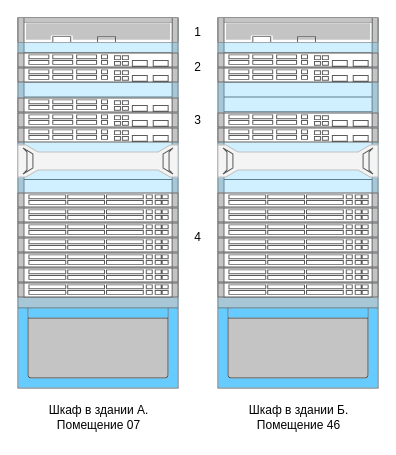
Above: page "Чертеж установки технических средств" (3 of 3) of Сети/КП/Схемы/схемы.drawio in SwiftyKey/Study (draw.io), before the change. Source tidied: cells renumbered, new cells numbered last; positions are measured from the earlier drawing's top-left corner, leaving out a move shared by most shapes. Both pictures are drawn from the tidied source at 100%, with x=0, y=0 at pixel (17, 17).
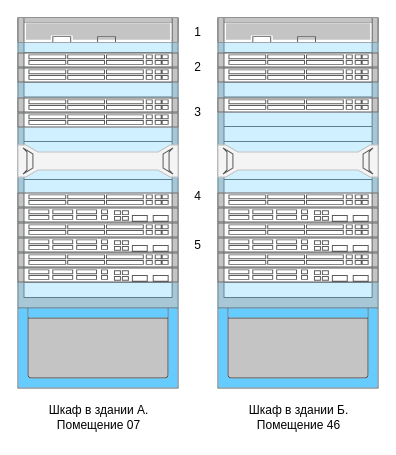
After the change.

The edit, as a diff of the source:
```diff
@@
     <mxCell id="4" style="shape=mxgraph.rack.cisco.cisco_catalyst_4948_switch;html=1;labelPosition=right;align=left;spacingLeft=15;dashed=0;shadow=0;fillColor=#ffffff;" parent="1" vertex="1">
-      <mxGeometry y="250" width="161" height="15" as="geometry" />
+      <mxGeometry y="35" width="161" height="15" as="geometry" />
     </mxCell>
     <mxCell id="5" style="shape=mxgraph.rack.cisco.cisco_catalyst_4948_switch;html=1;labelPosition=right;align=left;spacingLeft=15;dashed=0;shadow=0;fillColor=#ffffff;" parent="1" vertex="1">
-      <mxGeometry y="265" width="161" height="15" as="geometry" />
+      <mxGeometry x="200" y="80" width="161" height="15" as="geometry" />
     </mxCell>
     <mxCell id="6" style="shape=mxgraph.rack.cisco.cisco_catalyst_4948_switch;html=1;labelPosition=right;align=left;spacingLeft=15;dashed=0;shadow=0;fillColor=#ffffff;" parent="1" vertex="1">
-      <mxGeometry y="250" width="161" height="15" as="geometry" />
+      <mxGeometry y="50" width="161" height="15" as="geometry" />
     </mxCell>
@@
     <mxCell id="8" style="shape=mxgraph.rack.cisco.cisco_catalyst_4948_switch;html=1;labelPosition=right;align=left;spacingLeft=15;dashed=0;shadow=0;fillColor=#ffffff;" parent="1" vertex="1">
-      <mxGeometry y="220" width="161" height="15" as="geometry" />
+      <mxGeometry y="95" width="161" height="15" as="geometry" />
     </mxCell>
@@
     <mxCell id="10" style="shape=mxgraph.rack.cisco.cisco_catalyst_4948_switch;html=1;labelPosition=right;align=left;spacingLeft=15;dashed=0;shadow=0;fillColor=#ffffff;" parent="1" vertex="1">
-      <mxGeometry y="190" width="161" height="15" as="geometry" />
+      <mxGeometry y="80" width="161" height="15" as="geometry" />
     </mxCell>
@@
-    <mxCell id="12" style="shape=mxgraph.rack.cisco.cisco_catalyst_4928_10_gigabit_ethernet_switch;html=1;labelPosition=right;align=left;spacingLeft=15;dashed=0;shadow=0;fillColor=#ffffff;" parent="1" vertex="1">
-      <mxGeometry y="110" width="161" height="15" as="geometry" />
-    </mxCell>
     <mxCell id="13" style="shape=mxgraph.rack.cisco.cisco_catalyst_4928_10_gigabit_ethernet_switch;html=1;labelPosition=right;align=left;spacingLeft=15;dashed=0;shadow=0;fillColor=#ffffff;" parent="1" vertex="1">
-      <mxGeometry y="95" width="161" height="15" as="geometry" />
+      <mxGeometry y="190" width="161" height="15" as="geometry" />
     </mxCell>
-    <mxCell id="14" style="shape=mxgraph.rack.cisco.cisco_catalyst_4928_10_gigabit_ethernet_switch;html=1;labelPosition=right;align=left;spacingLeft=15;dashed=0;shadow=0;fillColor=#ffffff;" parent="1" vertex="1">
-      <mxGeometry y="80" width="161" height="15" as="geometry" />
-    </mxCell>
-    <mxCell id="15" style="shape=mxgraph.rack.cisco.cisco_catalyst_4928_10_gigabit_ethernet_switch;html=1;labelPosition=right;align=left;spacingLeft=15;dashed=0;shadow=0;fillColor=#ffffff;" parent="1" vertex="1">
-      <mxGeometry y="35" width="161" height="15" as="geometry" />
-    </mxCell>
-    <mxCell id="16" style="shape=mxgraph.rack.cisco.cisco_catalyst_4928_10_gigabit_ethernet_switch;html=1;labelPosition=right;align=left;spacingLeft=15;dashed=0;shadow=0;fillColor=#ffffff;" parent="1" vertex="1">
-      <mxGeometry y="50" width="161" height="15" as="geometry" />
-    </mxCell>
@@
     <mxCell id="19" style="shape=mxgraph.rack.cisco.cisco_catalyst_4948_switch;html=1;labelPosition=right;align=left;spacingLeft=15;dashed=0;shadow=0;fillColor=#ffffff;" parent="1" vertex="1">
-      <mxGeometry x="200" y="250" width="161" height="15" as="geometry" />
+      <mxGeometry x="200" y="235" width="161" height="15" as="geometry" />
     </mxCell>
-    <mxCell id="20" style="shape=mxgraph.rack.cisco.cisco_catalyst_4948_switch;html=1;labelPosition=right;align=left;spacingLeft=15;dashed=0;shadow=0;fillColor=#ffffff;" parent="1" vertex="1">
-      <mxGeometry x="200" y="265" width="161" height="15" as="geometry" />
-    </mxCell>
-    <mxCell id="21" style="shape=mxgraph.rack.cisco.cisco_catalyst_4948_switch;html=1;labelPosition=right;align=left;spacingLeft=15;dashed=0;shadow=0;fillColor=#ffffff;" parent="1" vertex="1">
-      <mxGeometry x="200" y="250" width="161" height="15" as="geometry" />
-    </mxCell>
-    <mxCell id="22" style="shape=mxgraph.rack.cisco.cisco_catalyst_4948_switch;html=1;labelPosition=right;align=left;spacingLeft=15;dashed=0;shadow=0;fillColor=#ffffff;" parent="1" vertex="1">
-      <mxGeometry x="200" y="235" width="161" height="15" as="geometry" />
-    </mxCell>
     <mxCell id="23" style="shape=mxgraph.rack.cisco.cisco_catalyst_4948_switch;html=1;labelPosition=right;align=left;spacingLeft=15;dashed=0;shadow=0;fillColor=#ffffff;" parent="1" vertex="1">
-      <mxGeometry x="200" y="220" width="161" height="15" as="geometry" />
+      <mxGeometry x="200" y="50" width="161" height="15" as="geometry" />
     </mxCell>
@@
     <mxCell id="25" style="shape=mxgraph.rack.cisco.cisco_catalyst_4948_switch;html=1;labelPosition=right;align=left;spacingLeft=15;dashed=0;shadow=0;fillColor=#ffffff;" parent="1" vertex="1">
-      <mxGeometry x="200" y="190" width="161" height="15" as="geometry" />
+      <mxGeometry x="200" y="35" width="161" height="15" as="geometry" />
     </mxCell>
@@
     <mxCell id="27" style="shape=mxgraph.rack.cisco.cisco_catalyst_4928_10_gigabit_ethernet_switch;html=1;labelPosition=right;align=left;spacingLeft=15;dashed=0;shadow=0;fillColor=#ffffff;" parent="1" vertex="1">
-      <mxGeometry x="200" y="95" width="161" height="15" as="geometry" />
+      <mxGeometry x="200" y="190" width="161" height="15" as="geometry" />
     </mxCell>
-    <mxCell id="28" style="shape=mxgraph.rack.cisco.cisco_catalyst_4928_10_gigabit_ethernet_switch;html=1;labelPosition=right;align=left;spacingLeft=15;dashed=0;shadow=0;fillColor=#ffffff;" parent="1" vertex="1">
-      <mxGeometry x="200" y="110" width="161" height="15" as="geometry" />
-    </mxCell>
-    <mxCell id="29" style="shape=mxgraph.rack.cisco.cisco_catalyst_4928_10_gigabit_ethernet_switch;html=1;labelPosition=right;align=left;spacingLeft=15;dashed=0;shadow=0;fillColor=#ffffff;" parent="1" vertex="1">
-      <mxGeometry x="200" y="35" width="161" height="15" as="geometry" />
-    </mxCell>
-    <mxCell id="30" style="shape=mxgraph.rack.cisco.cisco_catalyst_4928_10_gigabit_ethernet_switch;html=1;labelPosition=right;align=left;spacingLeft=15;dashed=0;shadow=0;fillColor=#ffffff;" parent="1" vertex="1">
-      <mxGeometry x="200" y="50" width="161" height="15" as="geometry" />
-    </mxCell>
@@
     <mxCell id="33" value="3" style="text;html=1;align=center;verticalAlign=middle;strokeColor=none;fillColor=none;" parent="1" vertex="1">
-      <mxGeometry x="165" y="87.5" width="30" height="30" as="geometry" />
+      <mxGeometry x="165" y="80" width="30" height="30" as="geometry" />
     </mxCell>
     <mxCell id="34" value="4" style="text;html=1;align=center;verticalAlign=middle;strokeColor=none;fillColor=none;" parent="1" vertex="1">
-      <mxGeometry x="165" y="205" width="30" height="30" as="geometry" />
+      <mxGeometry x="165" y="164" width="30" height="30" as="geometry" />
     </mxCell>
@@
+    <mxCell id="37" style="shape=mxgraph.rack.cisco.cisco_catalyst_4928_10_gigabit_ethernet_switch;html=1;labelPosition=right;align=left;spacingLeft=15;dashed=0;shadow=0;fillColor=#ffffff;" parent="1" vertex="1">
+      <mxGeometry y="250" width="161" height="15" as="geometry" />
+    </mxCell>
+    <mxCell id="38" style="shape=mxgraph.rack.cisco.cisco_catalyst_4928_10_gigabit_ethernet_switch;html=1;labelPosition=right;align=left;spacingLeft=15;dashed=0;shadow=0;fillColor=#ffffff;" parent="1" vertex="1">
+      <mxGeometry y="220" width="161" height="15" as="geometry" />
+    </mxCell>
+    <mxCell id="39" style="shape=mxgraph.rack.cisco.cisco_catalyst_4928_10_gigabit_ethernet_switch;html=1;labelPosition=right;align=left;spacingLeft=15;dashed=0;shadow=0;fillColor=#ffffff;" parent="1" vertex="1">
+      <mxGeometry x="200" y="220" width="161" height="15" as="geometry" />
+    </mxCell>
+    <mxCell id="40" style="shape=mxgraph.rack.cisco.cisco_catalyst_4928_10_gigabit_ethernet_switch;html=1;labelPosition=right;align=left;spacingLeft=15;dashed=0;shadow=0;fillColor=#ffffff;" parent="1" vertex="1">
+      <mxGeometry x="200" y="250" width="161" height="15" as="geometry" />
+    </mxCell>
+    <mxCell id="41" value="5" style="text;html=1;align=center;verticalAlign=middle;strokeColor=none;fillColor=none;" parent="1" vertex="1">
+      <mxGeometry x="165" y="212.5" width="30" height="30" as="geometry" />
+    </mxCell>
```
